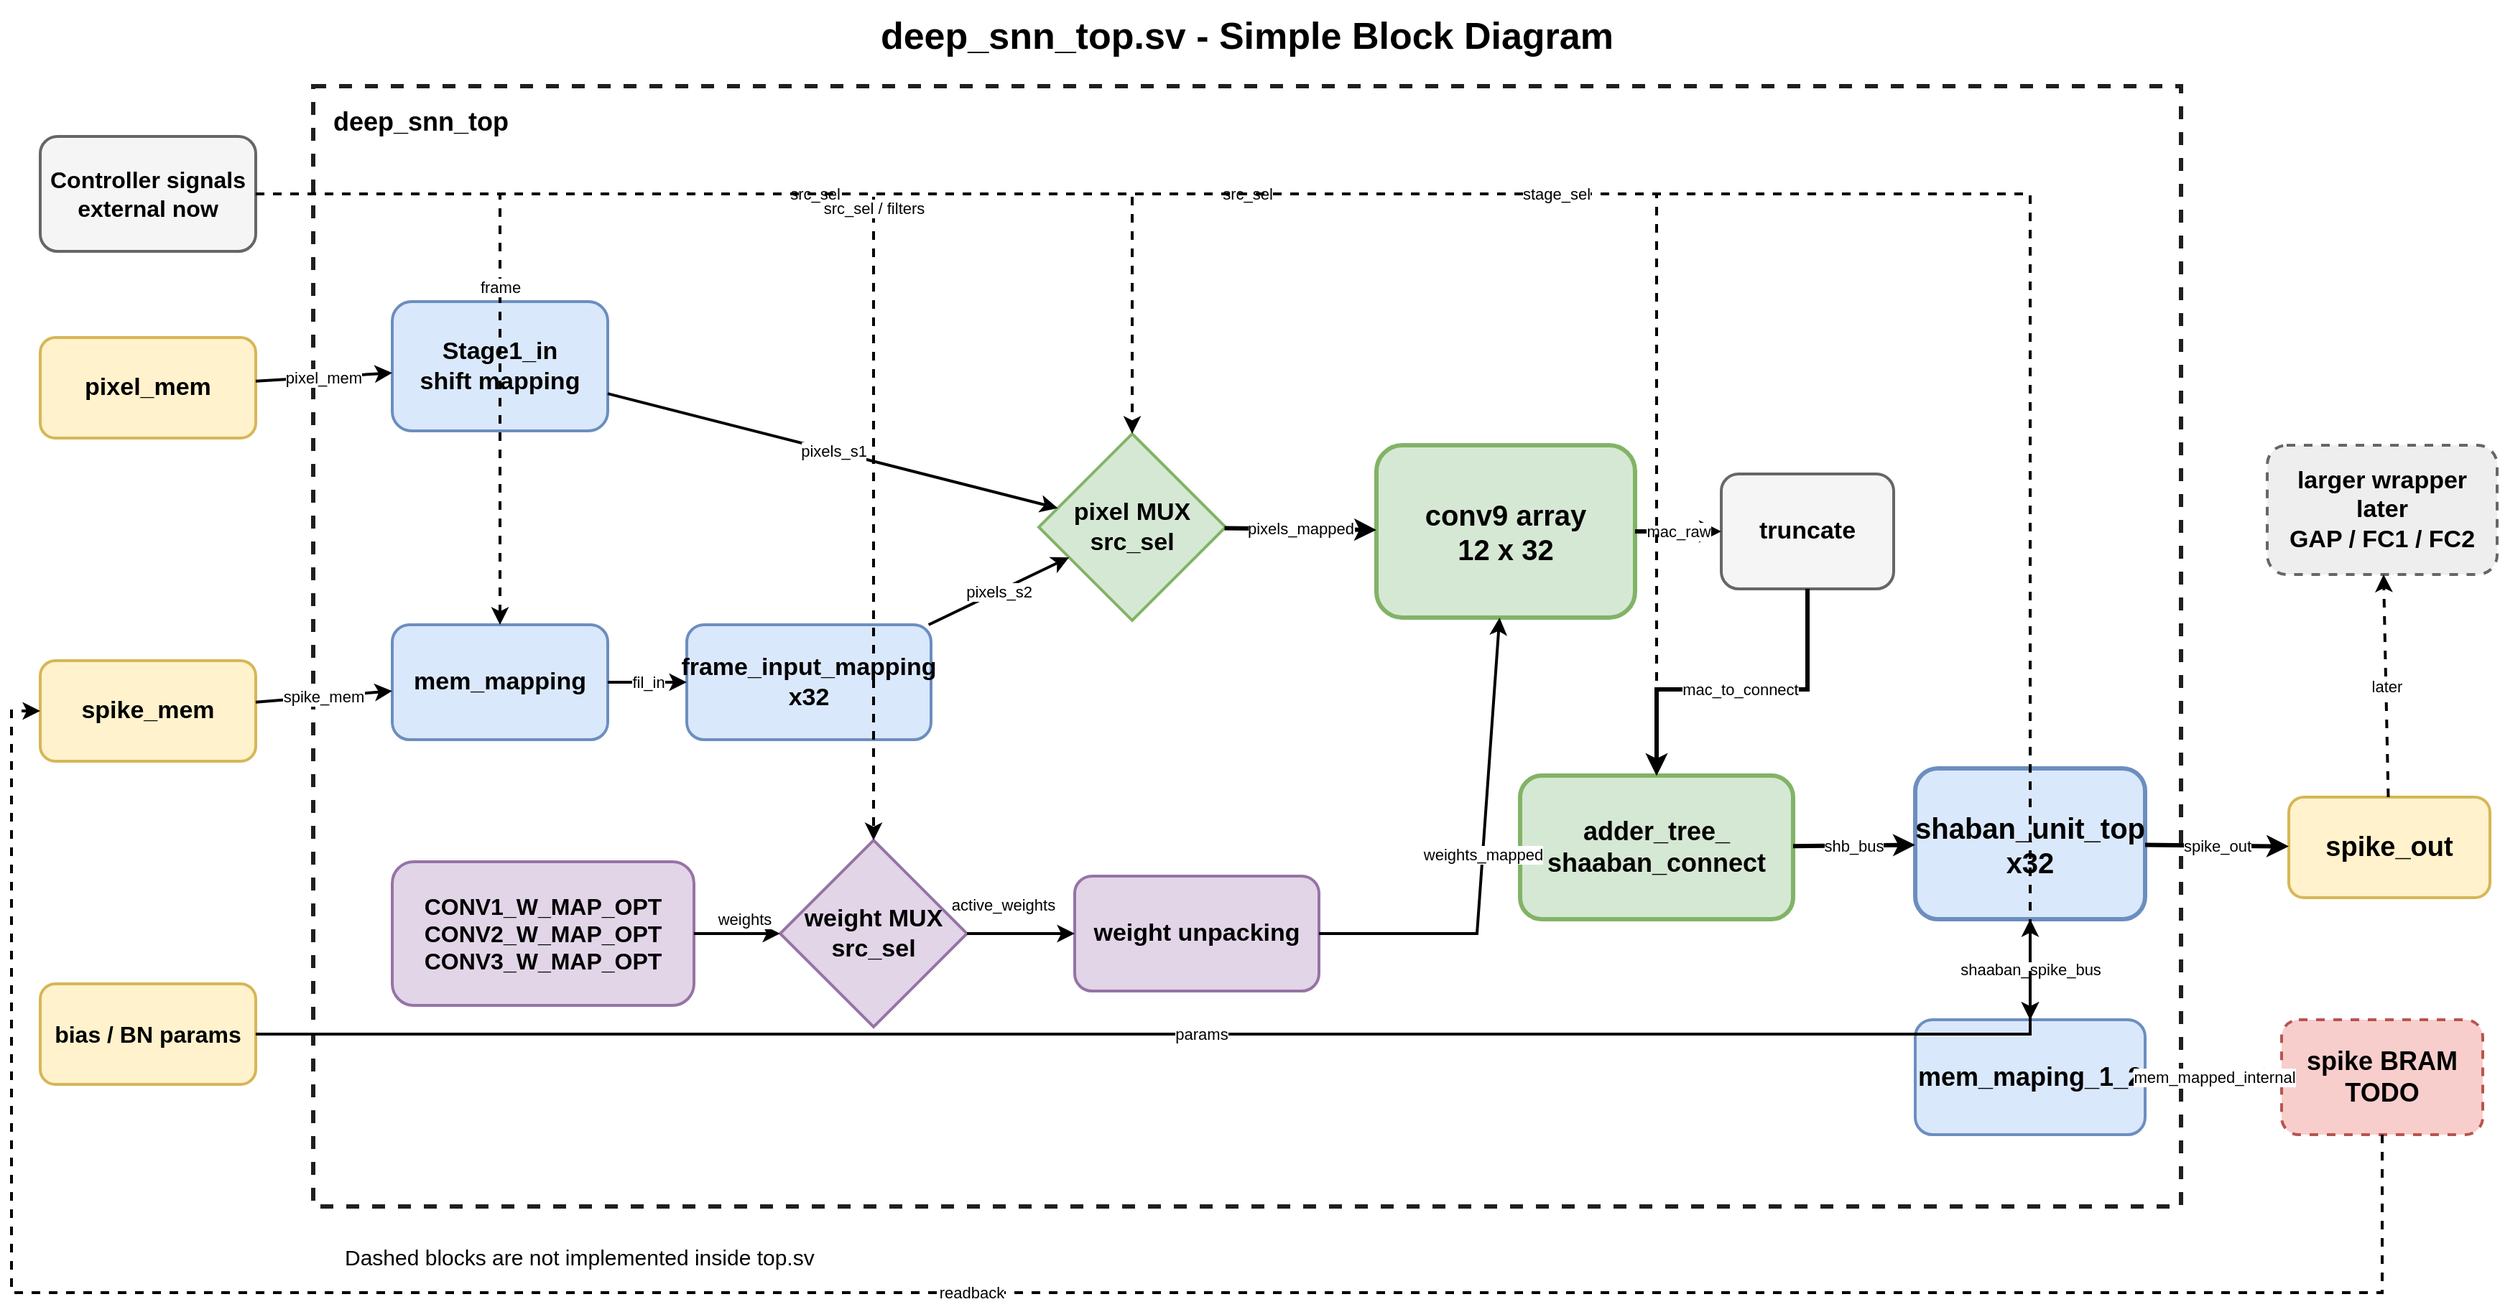
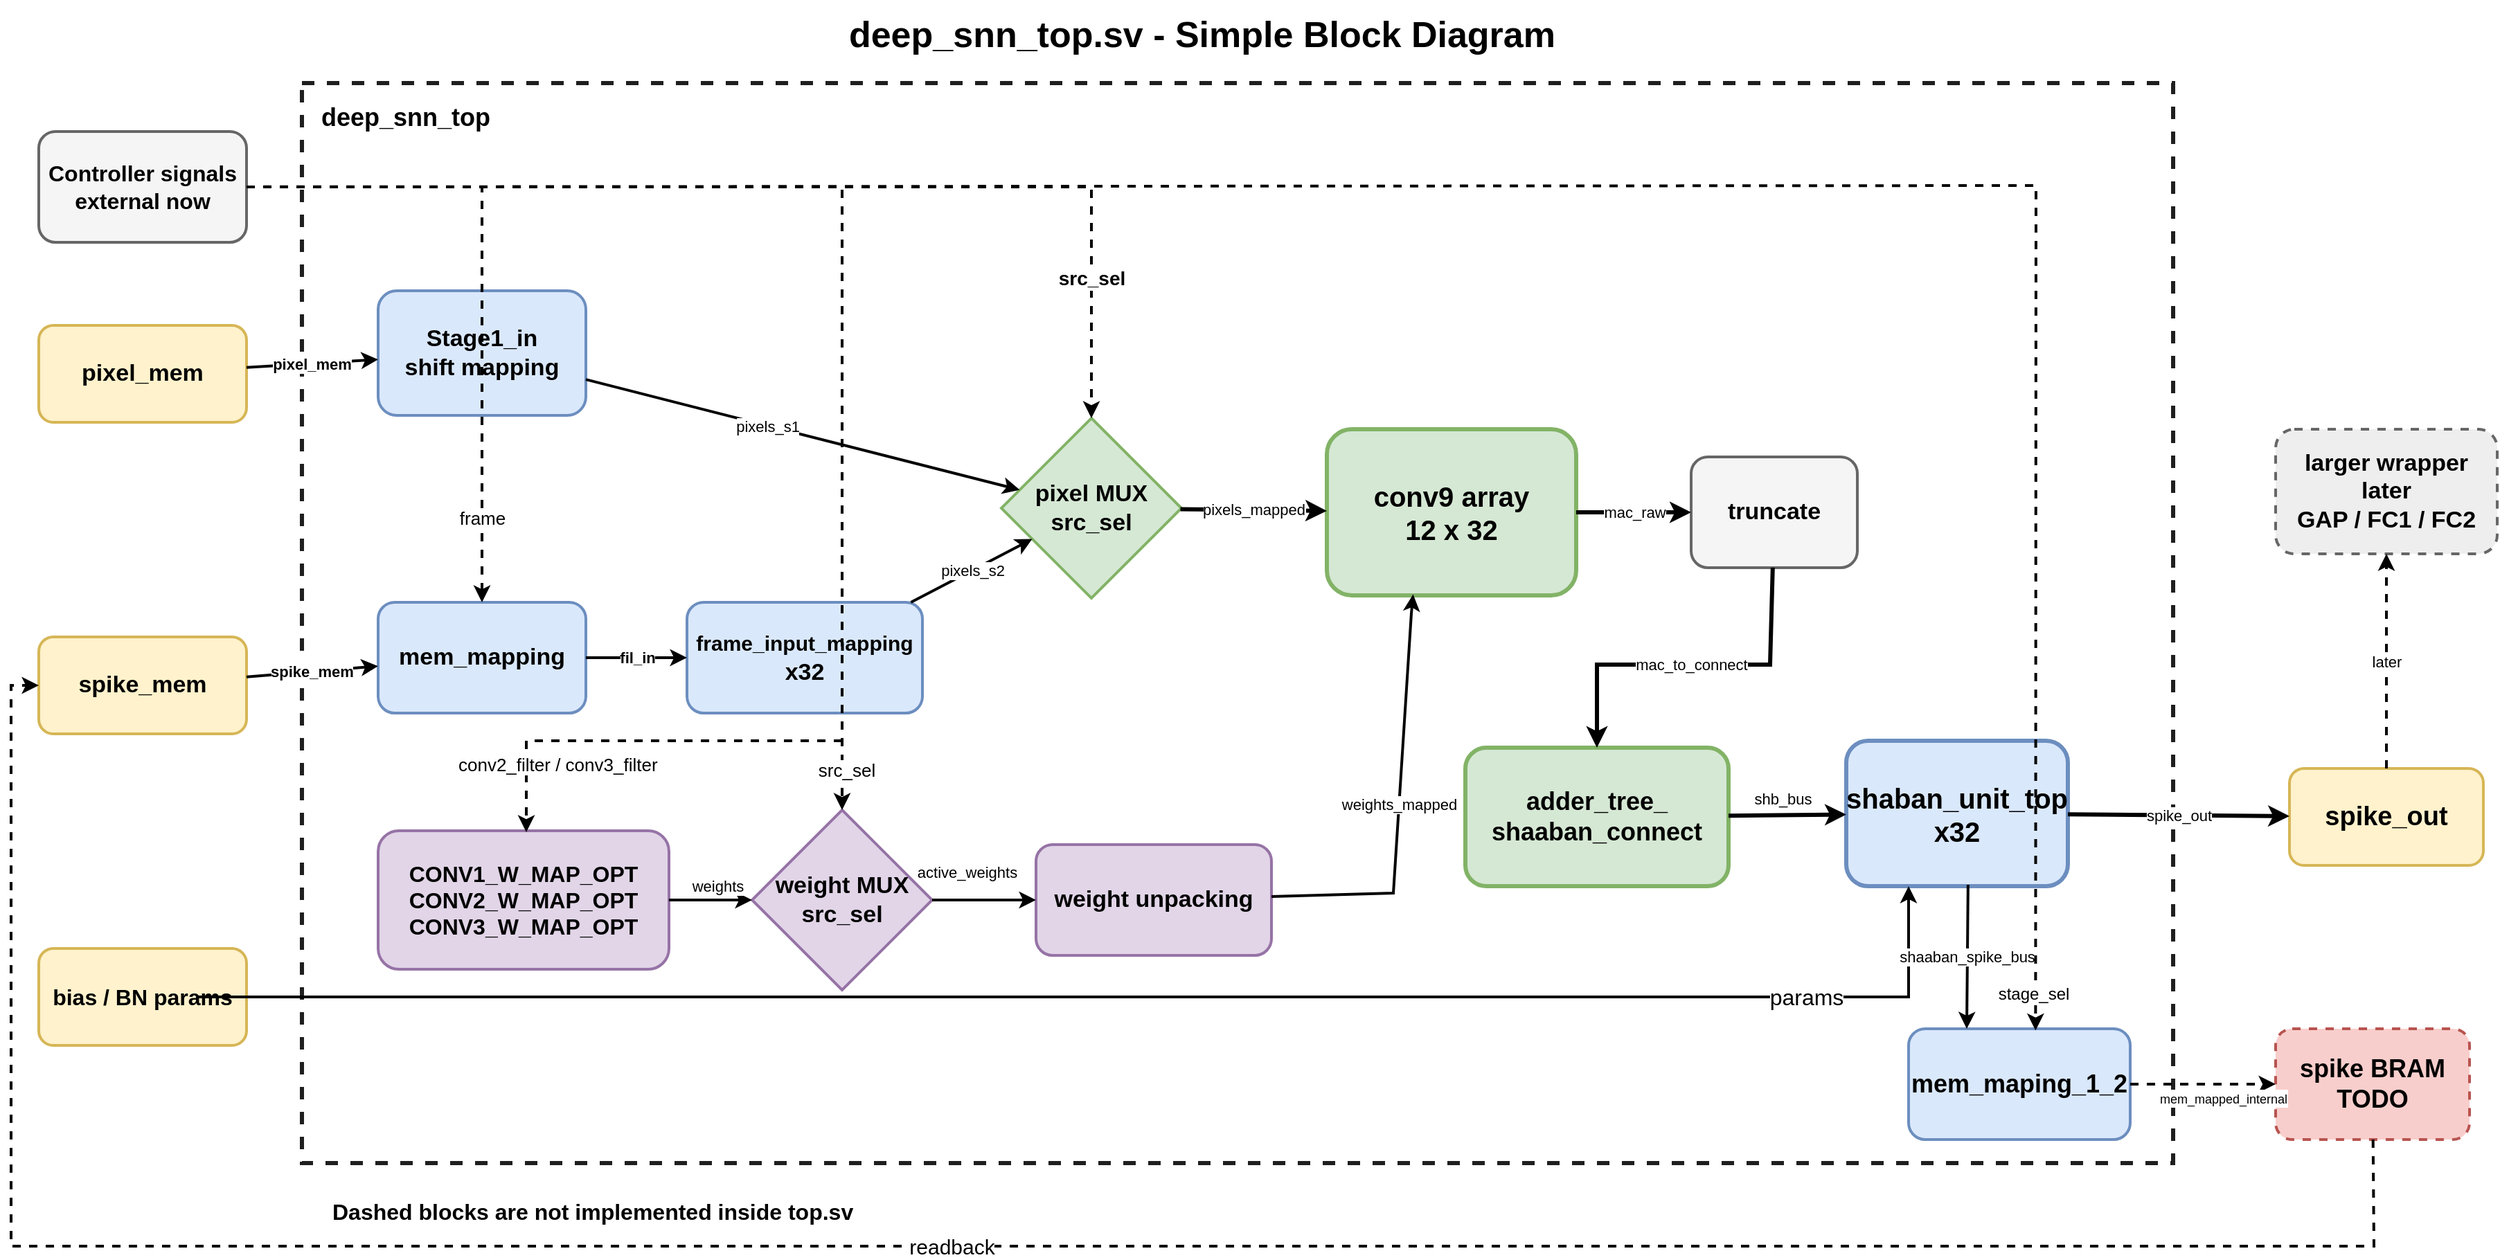
<mxfile host="app.diagrams.net" agent="Codex">
  <diagram id="deep_snn_top_simple" name="deep_snn_top_simple">
-     <mxGraphModel dx="2002" dy="1077" grid="0" gridSize="10" guides="1" tooltips="1" connect="1" arrows="1" fold="1" page="0" pageScale="1" pageWidth="1800" pageHeight="1050" background="#ffffff" math="0" shadow="0">
+     <mxGraphModel dx="3003" dy="1615" grid="0" gridSize="10" guides="1" tooltips="1" connect="1" arrows="1" fold="1" page="0" pageScale="1" pageWidth="1800" pageHeight="1050" background="#ffffff" math="0" shadow="0">
      <root>
        <mxCell id="0" />
        <mxCell id="1" parent="0" />
        <mxCell id="title" parent="1" style="text;html=1;whiteSpace=wrap;strokeColor=none;fillColor=none;align=center;verticalAlign=middle;rounded=0;fontSize=26;fontStyle=1;" value="deep_snn_top.sv - Simple Block Diagram" vertex="1">
          <mxGeometry height="50" width="760" x="500" y="20" as="geometry" />
        </mxCell>
        <mxCell id="top" parent="1" style="rounded=0;whiteSpace=wrap;html=1;fillColor=none;strokeColor=#1f1f1f;strokeWidth=3;dashed=1;fontSize=18;fontStyle=1;align=left;verticalAlign=top;spacingLeft=12;spacingTop=8;" value="deep_snn_top" vertex="1">
-           <mxGeometry height="780" width="1300" x="230" y="80" as="geometry" />
+           <mxGeometry height="780" width="1351" x="230" y="80" as="geometry" />
        </mxCell>
        <mxCell id="ctrl" parent="1" style="rounded=1;whiteSpace=wrap;html=1;fillColor=#f5f5f5;strokeColor=#666666;strokeWidth=2;fontSize=16;fontStyle=1;" value="Controller signals&#xa;external now" vertex="1">
          <mxGeometry height="80" width="150" x="40" y="115" as="geometry" />
        </mxCell>
        <mxCell id="pixel_mem" parent="1" style="rounded=1;whiteSpace=wrap;html=1;fillColor=#fff2cc;strokeColor=#d6b656;strokeWidth=2;fontSize=17;fontStyle=1;" value="pixel_mem" vertex="1">
          <mxGeometry height="70" width="150" x="40" y="255" as="geometry" />
        </mxCell>
        <mxCell id="spike_mem" parent="1" style="rounded=1;whiteSpace=wrap;html=1;fillColor=#fff2cc;strokeColor=#d6b656;strokeWidth=2;fontSize=17;fontStyle=1;" value="spike_mem" vertex="1">
          <mxGeometry height="70" width="150" x="40" y="480" as="geometry" />
        </mxCell>
        <mxCell id="params" parent="1" style="rounded=1;whiteSpace=wrap;html=1;fillColor=#fff2cc;strokeColor=#d6b656;strokeWidth=2;fontSize=16;fontStyle=1;" value="bias / BN params" vertex="1">
          <mxGeometry height="70" width="150" x="40" y="705" as="geometry" />
        </mxCell>
        <mxCell id="stage1in" parent="1" style="rounded=1;whiteSpace=wrap;html=1;fillColor=#dae8fc;strokeColor=#6c8ebf;strokeWidth=2;fontSize=17;fontStyle=1;" value="Stage1_in&#xa;shift mapping" vertex="1">
          <mxGeometry height="90" width="150" x="285" y="230" as="geometry" />
        </mxCell>
        <mxCell id="mem_mapping" parent="1" style="rounded=1;whiteSpace=wrap;html=1;fillColor=#dae8fc;strokeColor=#6c8ebf;strokeWidth=2;fontSize=17;fontStyle=1;" value="mem_mapping" vertex="1">
          <mxGeometry height="80" width="150" x="285" y="455" as="geometry" />
        </mxCell>
-         <mxCell id="frame_mapping" parent="1" style="rounded=1;whiteSpace=wrap;html=1;fillColor=#dae8fc;strokeColor=#6c8ebf;strokeWidth=2;fontSize=17;fontStyle=1;" value="frame_input_mapping&#xa;x32" vertex="1">
-           <mxGeometry height="80" width="170" x="490" y="455" as="geometry" />
+         <mxCell id="frame_mapping" parent="1" style="rounded=1;whiteSpace=wrap;html=1;fillColor=#dae8fc;strokeColor=#6c8ebf;strokeWidth=2;fontSize=17;fontStyle=1;" value="&lt;font style=&quot;font-size: 15px;&quot;&gt;frame_input_mapping&lt;br&gt;&lt;/font&gt;x32" vertex="1">
+           <mxGeometry height="80" width="170" x="508" y="455" as="geometry" />
        </mxCell>
        <mxCell id="pixel_mux" parent="1" style="rhombus;whiteSpace=wrap;html=1;fillColor=#d5e8d4;strokeColor=#82b366;strokeWidth=2;fontSize=17;fontStyle=1;" value="pixel MUX&#xa;src_sel" vertex="1">
          <mxGeometry height="130" width="130" x="735" y="322" as="geometry" />
        </mxCell>
        <mxCell id="w_rom" parent="1" style="rounded=1;whiteSpace=wrap;html=1;fillColor=#e1d5e7;strokeColor=#9673a6;strokeWidth=2;fontSize=16;fontStyle=1;" value="CONV1_W_MAP_OPT&#xa;CONV2_W_MAP_OPT&#xa;CONV3_W_MAP_OPT" vertex="1">
          <mxGeometry height="100" width="210" x="285" y="620" as="geometry" />
        </mxCell>
        <mxCell id="w_mux" parent="1" style="rhombus;whiteSpace=wrap;html=1;fillColor=#e1d5e7;strokeColor=#9673a6;strokeWidth=2;fontSize=17;fontStyle=1;" value="weight MUX&#xa;src_sel" vertex="1">
          <mxGeometry height="130" width="130" x="555" y="605" as="geometry" />
        </mxCell>
        <mxCell id="w_unpack" parent="1" style="rounded=1;whiteSpace=wrap;html=1;fillColor=#e1d5e7;strokeColor=#9673a6;strokeWidth=2;fontSize=17;fontStyle=1;" value="weight unpacking" vertex="1">
          <mxGeometry height="80" width="170" x="760" y="630" as="geometry" />
        </mxCell>
        <mxCell id="conv9" parent="1" style="rounded=1;whiteSpace=wrap;html=1;fillColor=#d5e8d4;strokeColor=#82b366;strokeWidth=3;fontSize=20;fontStyle=1;" value="conv9 array&#xa;12 x 32" vertex="1">
          <mxGeometry height="120" width="180" x="970" y="330" as="geometry" />
        </mxCell>
        <mxCell id="trunc" parent="1" style="rounded=1;whiteSpace=wrap;html=1;fillColor=#f5f5f5;strokeColor=#666666;strokeWidth=2;fontSize=17;fontStyle=1;" value="truncate" vertex="1">
-           <mxGeometry height="80" width="120" x="1210" y="350" as="geometry" />
+           <mxGeometry height="80" width="120" x="1233" y="350" as="geometry" />
        </mxCell>
        <mxCell id="adder" parent="1" style="rounded=1;whiteSpace=wrap;html=1;fillColor=#d5e8d4;strokeColor=#82b366;strokeWidth=3;fontSize=18;fontStyle=1;" value="adder_tree_&#xa;shaaban_connect" vertex="1">
          <mxGeometry height="100" width="190" x="1070" y="560" as="geometry" />
        </mxCell>
        <mxCell id="shaaban" parent="1" style="rounded=1;whiteSpace=wrap;html=1;fillColor=#dae8fc;strokeColor=#6c8ebf;strokeWidth=3;fontSize=20;fontStyle=1;" value="shaban_unit_top&#xa;x32" vertex="1">
          <mxGeometry height="105" width="160" x="1345" y="555" as="geometry" />
        </mxCell>
        <mxCell id="spike_out" parent="1" style="rounded=1;whiteSpace=wrap;html=1;fillColor=#fff2cc;strokeColor=#d6b656;strokeWidth=2;fontSize=19;fontStyle=1;" value="spike_out" vertex="1">
-           <mxGeometry height="70" width="140" x="1605" y="575" as="geometry" />
+           <mxGeometry height="70" width="140" x="1665" y="575" as="geometry" />
        </mxCell>
        <mxCell id="writeback" parent="1" style="rounded=1;whiteSpace=wrap;html=1;fillColor=#dae8fc;strokeColor=#6c8ebf;strokeWidth=2;fontSize=18;fontStyle=1;" value="mem_maping_1_2" vertex="1">
-           <mxGeometry height="80" width="160" x="1345" y="730" as="geometry" />
+           <mxGeometry height="80" width="160" x="1390" y="763" as="geometry" />
        </mxCell>
        <mxCell id="bram_todo" parent="1" style="rounded=1;whiteSpace=wrap;html=1;fillColor=#f8cecc;strokeColor=#b85450;strokeWidth=2;dashed=1;fontSize=18;fontStyle=1;" value="spike BRAM&#xa;TODO" vertex="1">
-           <mxGeometry height="80" width="140" x="1600" y="730" as="geometry" />
+           <mxGeometry height="80" width="140" x="1655" y="763" as="geometry" />
        </mxCell>
        <mxCell id="future_fc" parent="1" style="rounded=1;whiteSpace=wrap;html=1;fillColor=#eeeeee;strokeColor=#666666;strokeWidth=2;dashed=1;fontSize=17;fontStyle=1;" value="larger wrapper later&#xa;GAP / FC1 / FC2" vertex="1">
-           <mxGeometry height="90" width="160" x="1590" y="330" as="geometry" />
-         </mxCell>
-         <mxCell id="legend" parent="1" style="text;html=1;whiteSpace=wrap;strokeColor=none;fillColor=none;align=left;verticalAlign=middle;rounded=0;fontSize=15;" value="Dashed blocks are not implemented inside top.sv" vertex="1">
+           <mxGeometry height="90" width="160" x="1655" y="330" as="geometry" />
+         </mxCell>
+         <mxCell id="legend" parent="1" style="text;html=1;whiteSpace=wrap;strokeColor=none;fillColor=none;align=left;verticalAlign=middle;rounded=0;fontSize=15;" value="&lt;b&gt;&lt;font style=&quot;font-size: 16px;&quot;&gt;Dashed blocks are not implemented inside top.sv&lt;/font&gt;&lt;/b&gt;" vertex="1">
          <mxGeometry height="30" width="420" x="250" y="880" as="geometry" />
        </mxCell>
-         <mxCell id="e_pixel_stage1" edge="1" parent="1" source="pixel_mem" style="endArrow=classic;html=1;rounded=0;strokeWidth=2;" target="stage1in" value="pixel_mem">
+         <mxCell id="e_pixel_stage1" edge="1" parent="1" source="pixel_mem" style="endArrow=classic;html=1;rounded=0;strokeWidth=2;" target="stage1in" value="&lt;b&gt;pixel_mem&lt;/b&gt;">
          <mxGeometry relative="1" as="geometry" />
        </mxCell>
        <mxCell id="e_stage1_mux" edge="1" parent="1" source="stage1in" style="endArrow=classic;html=1;rounded=0;strokeWidth=2;" target="pixel_mux" value="pixels_s1">
-           <mxGeometry relative="1" as="geometry" />
-         </mxCell>
-         <mxCell id="e_spike_mem_map" edge="1" parent="1" source="spike_mem" style="endArrow=classic;html=1;rounded=0;strokeWidth=2;" target="mem_mapping" value="spike_mem">
-           <mxGeometry relative="1" as="geometry" />
-         </mxCell>
-         <mxCell id="e_mem_frame" edge="1" parent="1" source="mem_mapping" style="endArrow=classic;html=1;rounded=0;strokeWidth=2;" target="frame_mapping" value="fil_in">
+           <mxGeometry relative="1" x="-0.1626" y="-1" as="geometry">
+             <mxPoint as="offset" />
+           </mxGeometry>
+         </mxCell>
+         <mxCell id="e_spike_mem_map" edge="1" parent="1" source="spike_mem" style="endArrow=classic;html=1;rounded=0;strokeWidth=2;" target="mem_mapping" value="&lt;b&gt;spike_mem&lt;/b&gt;">
+           <mxGeometry relative="1" as="geometry" />
+         </mxCell>
+         <mxCell id="e_mem_frame" edge="1" parent="1" source="mem_mapping" style="endArrow=classic;html=1;rounded=0;strokeWidth=2;" target="frame_mapping" value="&lt;b&gt;fil_in&lt;/b&gt;">
          <mxGeometry relative="1" as="geometry" />
        </mxCell>
        <mxCell id="e_frame_mux" edge="1" parent="1" source="frame_mapping" style="endArrow=classic;html=1;rounded=0;strokeWidth=2;" target="pixel_mux" value="pixels_s2">
          <mxGeometry relative="1" as="geometry" />
        </mxCell>
        <mxCell id="e_mux_conv" edge="1" parent="1" source="pixel_mux" style="endArrow=classic;html=1;rounded=0;strokeWidth=3;" target="conv9" value="pixels_mapped">
          <mxGeometry relative="1" as="geometry" />
        </mxCell>
-         <mxCell id="e_rom_wmux" edge="1" parent="1" source="w_rom" style="endArrow=classic;html=1;rounded=0;strokeWidth=2;" target="w_mux" value="weights">
+         <mxCell id="e_rom_wmux" edge="1" parent="1" style="endArrow=classic;html=1;rounded=0;strokeWidth=2;" value="weights">
          <mxGeometry relative="1" x="0.1667" y="10" as="geometry">
            <mxPoint as="offset" />
+             <mxPoint x="495" y="670" as="sourcePoint" />
+             <mxPoint x="555" y="670" as="targetPoint" />
          </mxGeometry>
        </mxCell>
        <mxCell id="e_wmux_unpack" edge="1" parent="1" source="w_mux" style="endArrow=classic;html=1;rounded=0;strokeWidth=2;" target="w_unpack" value="active_weights">
          <mxGeometry relative="1" x="-0.3333" y="20" as="geometry">
            <mxPoint as="offset" />
          </mxGeometry>
        </mxCell>
-         <mxCell id="e_unpack_conv" edge="1" parent="1" source="w_unpack" style="endArrow=classic;html=1;rounded=0;strokeWidth=2;" target="conv9" value="weights_mapped">
-           <mxGeometry relative="1" as="geometry">
-             <Array as="points">
-               <mxPoint x="1040" y="670" />
-             </Array>
+         <mxCell id="e_unpack_conv" edge="1" parent="1" source="w_unpack" style="endArrow=classic;html=1;rounded=0;strokeWidth=2;entryX=0.346;entryY=0.994;entryDx=0;entryDy=0;entryPerimeter=0;" target="conv9" value="weights_mapped">
+           <mxGeometry relative="1" as="geometry">
+             <Array as="points">
+               <mxPoint x="1018" y="665" />
+               <mxPoint x="1031" y="463" />
+             </Array>
+             <mxPoint x="1033" y="453" as="targetPoint" />
          </mxGeometry>
        </mxCell>
        <mxCell id="e_conv_trunc" edge="1" parent="1" source="conv9" style="endArrow=classic;html=1;rounded=0;strokeWidth=3;" target="trunc" value="mac_raw">
          <mxGeometry relative="1" as="geometry" />
        </mxCell>
        <mxCell id="e_trunc_adder" edge="1" parent="1" source="trunc" style="endArrow=classic;html=1;rounded=0;strokeWidth=3;" target="adder" value="mac_to_connect">
          <mxGeometry relative="1" as="geometry">
            <Array as="points">
-               <mxPoint x="1270" y="500" />
+               <mxPoint x="1290" y="500" />
              <mxPoint x="1165" y="500" />
            </Array>
          </mxGeometry>
        </mxCell>
        <mxCell id="e_adder_shaaban" edge="1" parent="1" source="adder" style="endArrow=classic;html=1;rounded=0;strokeWidth=3;" target="shaaban" value="shb_bus">
-           <mxGeometry relative="1" as="geometry" />
-         </mxCell>
-         <mxCell id="e_params_shaaban" edge="1" parent="1" source="params" style="endArrow=classic;html=1;rounded=0;strokeWidth=2;" target="shaaban" value="params">
-           <mxGeometry relative="1" as="geometry">
-             <Array as="points">
-               <mxPoint x="200" y="740" />
-               <mxPoint x="1425" y="740" />
-             </Array>
+           <mxGeometry relative="1" x="-0.0797" y="12" as="geometry">
+             <mxPoint as="offset" />
+           </mxGeometry>
+         </mxCell>
+         <mxCell id="e_params_shaaban" edge="1" parent="1" style="endArrow=classic;html=1;rounded=0;strokeWidth=2;" value="&lt;font style=&quot;font-size: 16px;&quot;&gt;params&lt;/font&gt;">
+           <mxGeometry relative="1" x="0.7658" as="geometry">
+             <mxPoint as="offset" />
+             <Array as="points">
+               <mxPoint x="165" y="740" />
+               <mxPoint x="1390" y="740" />
+             </Array>
+             <mxPoint x="155" y="740" as="sourcePoint" />
+             <mxPoint x="1390" y="660" as="targetPoint" />
          </mxGeometry>
        </mxCell>
        <mxCell id="e_shaaban_spike" edge="1" parent="1" source="shaaban" style="endArrow=classic;html=1;rounded=0;strokeWidth=3;" target="spike_out" value="spike_out">
          <mxGeometry relative="1" as="geometry" />
        </mxCell>
-         <mxCell id="e_shaaban_writeback" edge="1" parent="1" source="shaaban" style="endArrow=classic;html=1;rounded=0;strokeWidth=2;" target="writeback" value="shaaban_spike_bus">
-           <mxGeometry relative="1" as="geometry" />
-         </mxCell>
-         <mxCell id="e_writeback_bram" edge="1" parent="1" source="writeback" style="endArrow=classic;html=1;rounded=0;strokeWidth=2;dashed=1;" target="bram_todo" value="mem_mapped_internal">
-           <mxGeometry relative="1" as="geometry" />
-         </mxCell>
-         <mxCell id="e_bram_loop" edge="1" parent="1" source="bram_todo" style="endArrow=classic;html=1;rounded=0;strokeWidth=2;dashed=1;" target="spike_mem" value="readback">
-           <mxGeometry relative="1" as="geometry">
-             <Array as="points">
-               <mxPoint x="1670" y="920" />
+         <mxCell id="e_shaaban_writeback" edge="1" parent="1" style="endArrow=classic;html=1;rounded=0;strokeWidth=2;entryX=0.21;entryY=0.013;entryDx=0;entryDy=0;entryPerimeter=0;" value="shaaban_spike_bus">
+           <mxGeometry relative="1" as="geometry">
+             <mxPoint x="1432.9304714449981" y="658.96" as="sourcePoint" />
+             <mxPoint x="1432" y="763" as="targetPoint" />
+           </mxGeometry>
+         </mxCell>
+         <mxCell id="e_writeback_bram" edge="1" parent="1" source="writeback" style="endArrow=classic;html=1;rounded=0;strokeWidth=2;dashed=1;" target="bram_todo" value="&lt;font style=&quot;font-size: 9px;&quot;&gt;mem_mapped_internal&lt;/font&gt;">
+           <mxGeometry relative="1" x="0.2678" y="-10" as="geometry">
+             <mxPoint as="offset" />
+           </mxGeometry>
+         </mxCell>
+         <mxCell id="e_bram_loop" edge="1" parent="1" source="bram_todo" style="endArrow=classic;html=1;rounded=0;strokeWidth=2;dashed=1;" target="spike_mem" value="&lt;font style=&quot;font-size: 15px;&quot;&gt;readback&lt;/font&gt;">
+           <mxGeometry relative="1" as="geometry">
+             <Array as="points">
+               <mxPoint x="1726" y="920" />
              <mxPoint x="20" y="920" />
              <mxPoint x="20" y="515" />
            </Array>
          </mxGeometry>
        </mxCell>
        <mxCell id="e_spike_future" edge="1" parent="1" source="spike_out" style="endArrow=classic;html=1;rounded=0;strokeWidth=2;dashed=1;" target="future_fc" value="later">
          <mxGeometry relative="1" as="geometry" />
        </mxCell>
-         <mxCell id="e_ctrl_pixmux" edge="1" parent="1" source="ctrl" style="endArrow=classic;html=1;rounded=0;strokeWidth=2;dashed=1;" target="pixel_mux" value="src_sel">
-           <mxGeometry relative="1" as="geometry">
+         <mxCell id="e_ctrl_pixmux" edge="1" parent="1" source="ctrl" style="endArrow=classic;html=1;rounded=0;strokeWidth=2;dashed=1;" target="pixel_mux" value="&lt;font style=&quot;font-size: 14px;&quot;&gt;&lt;b style=&quot;&quot;&gt;src_sel&lt;/b&gt;&lt;/font&gt;">
+           <mxGeometry relative="1" x="0.74" as="geometry">
+             <mxPoint as="offset" />
            <Array as="points">
              <mxPoint x="800" y="155" />
            </Array>
          </mxGeometry>
        </mxCell>
-         <mxCell id="e_ctrl_wmux" edge="1" parent="1" source="ctrl" style="endArrow=classic;html=1;rounded=0;strokeWidth=2;dashed=1;" target="w_mux" value="src_sel / filters">
-           <mxGeometry relative="1" as="geometry">
+         <mxCell id="e_ctrl_wmux" edge="1" parent="1" source="ctrl" style="endArrow=classic;html=1;rounded=0;strokeWidth=2;dashed=1;" target="w_mux" value="&lt;font style=&quot;font-size: 13px;&quot;&gt;src_sel&lt;/font&gt;">
+           <mxGeometry relative="1" x="0.9341" y="3" as="geometry">
+             <mxPoint as="offset" />
            <Array as="points">
              <mxPoint x="620" y="155" />
            </Array>
          </mxGeometry>
        </mxCell>
-         <mxCell id="e_ctrl_frame" edge="1" parent="1" source="ctrl" style="endArrow=classic;html=1;rounded=0;strokeWidth=2;dashed=1;" target="mem_mapping" value="frame">
-           <mxGeometry relative="1" as="geometry">
+         <mxCell id="e_ctrl_frame" edge="1" parent="1" source="ctrl" style="endArrow=classic;html=1;rounded=0;strokeWidth=2;dashed=1;" target="mem_mapping" value="&lt;font style=&quot;font-size: 13px;&quot;&gt;frame&lt;/font&gt;">
+           <mxGeometry relative="1" x="0.7447" as="geometry">
+             <mxPoint y="-1" as="offset" />
            <Array as="points">
              <mxPoint x="360" y="155" />
            </Array>
          </mxGeometry>
        </mxCell>
-         <mxCell id="e_ctrl_adder" edge="1" parent="1" source="ctrl" style="endArrow=classic;html=1;rounded=0;strokeWidth=2;dashed=1;" target="adder" value="src_sel">
-           <mxGeometry relative="1" as="geometry">
-             <Array as="points">
-               <mxPoint x="1165" y="155" />
-             </Array>
-           </mxGeometry>
-         </mxCell>
-         <mxCell id="e_ctrl_writeback" edge="1" parent="1" source="ctrl" style="endArrow=classic;html=1;rounded=0;strokeWidth=2;dashed=1;" target="writeback" value="stage_sel">
-           <mxGeometry relative="1" as="geometry">
-             <Array as="points">
-               <mxPoint x="1425" y="155" />
-             </Array>
+         <mxCell id="e_ctrl_writeback" edge="1" parent="1" source="ctrl" style="endArrow=classic;html=1;rounded=0;strokeWidth=2;dashed=1;entryX=0.573;entryY=0.016;entryDx=0;entryDy=0;entryPerimeter=0;" target="writeback" value="&lt;font style=&quot;font-size: 12px;&quot;&gt;stage_sel&lt;/font&gt;">
+           <mxGeometry relative="1" x="0.9723" y="-2" as="geometry">
+             <mxPoint as="offset" />
+             <Array as="points">
+               <mxPoint x="1482" y="154" />
+             </Array>
+             <mxPoint x="1476" y="756" as="targetPoint" />
+           </mxGeometry>
+         </mxCell>
+         <mxCell id="B2csj1XMGzRoNsEugffg-1" edge="1" parent="1" style="endArrow=classic;html=1;rounded=0;strokeWidth=2;dashed=1;" value="&lt;font style=&quot;font-size: 13px;&quot;&gt;conv2_filter / conv3_filter&amp;nbsp;&amp;nbsp;&lt;/font&gt;">
+           <mxGeometry relative="1" x="0.3741" y="17" as="geometry">
+             <mxPoint as="offset" />
+             <Array as="points">
+               <mxPoint x="392" y="555" />
+             </Array>
+             <mxPoint x="620" y="555" as="sourcePoint" />
+             <mxPoint x="392" y="621" as="targetPoint" />
          </mxGeometry>
        </mxCell>
      </root>
    </mxGraphModel>
  </diagram>
</mxfile>
